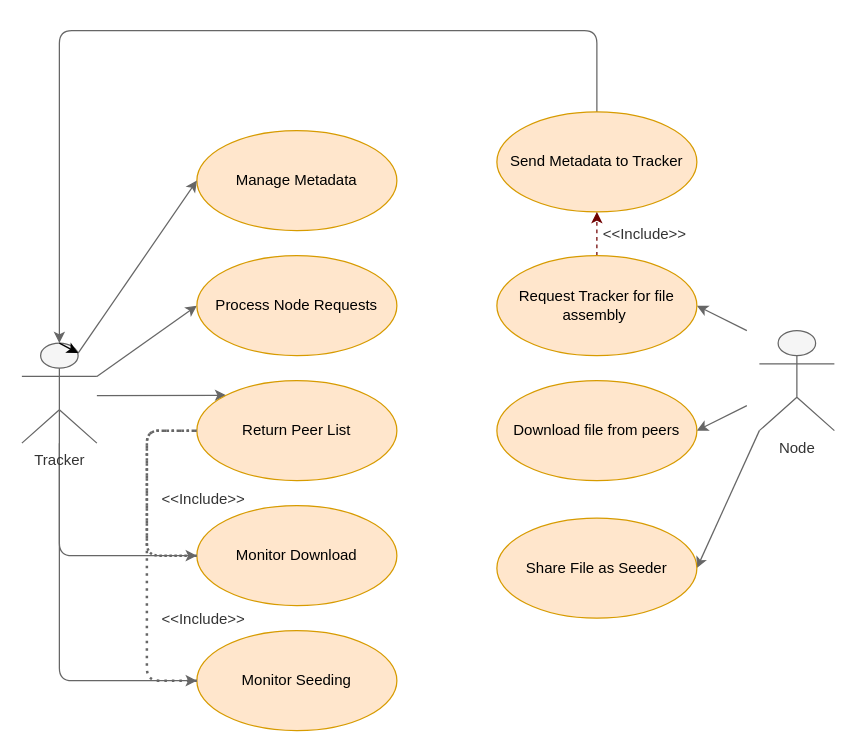
Earlier version of the draw.io diagram Diagram/usecase.drawio (diepvuminh123/Computer-network). Source tidied: cells renumbered, new cells numbered last; positions are measured from the earlier drawing's top-left corner, leaving out a move shared by most shapes. Both pictures are drawn from the tidied source at 125%, with x=0, y=0 at pixel (21, 30).
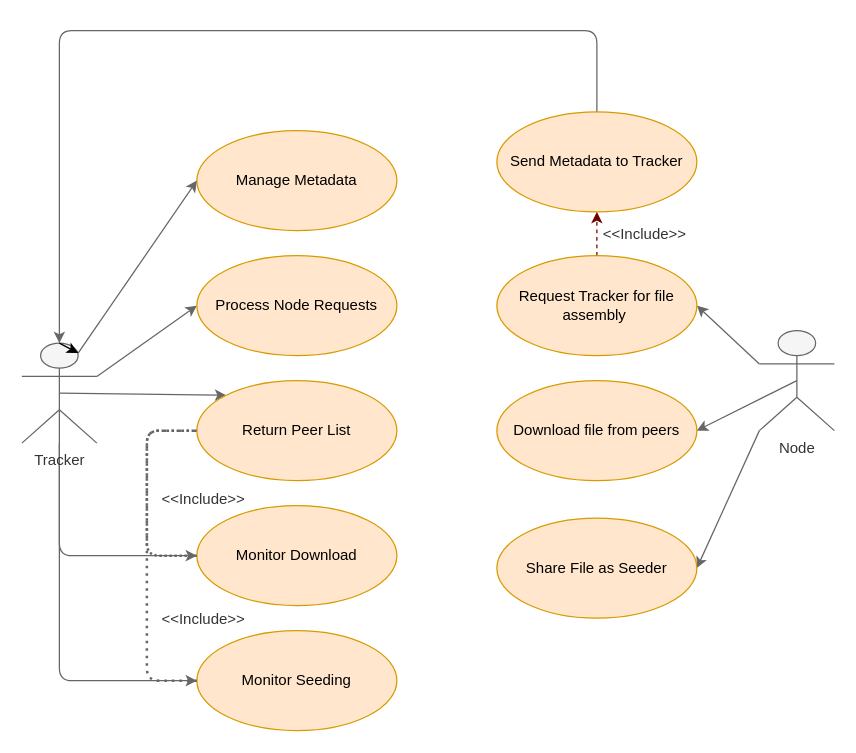
The same diagram, later.

The change refers to these unchanged cells:
```xml
<mxCell id="6" value="Tracker" style="shape=umlActor;verticalLabelPosition=bottom;verticalAlign=top;html=1;outlineConnect=0;fillColor=#f5f5f5;fontColor=#333333;strokeColor=#666666;" parent="1" vertex="1">
  <mxGeometry y="250" width="60" height="80" as="geometry" />
</mxCell>
<mxCell id="10" value="Node" style="shape=umlActor;verticalLabelPosition=bottom;verticalAlign=top;html=1;outlineConnect=0;fillColor=#f5f5f5;fontColor=#333333;strokeColor=#666666;" parent="1" vertex="1">
  <mxGeometry x="590" y="240" width="60" height="80" as="geometry" />
</mxCell>
<mxCell id="13" value="Return Peer List" style="ellipse;whiteSpace=wrap;html=1;fillColor=#ffe6cc;strokeColor=#d79b00;fontColor=#000000;" parent="1" vertex="1">
  <mxGeometry x="140" y="280" width="160" height="80" as="geometry" />
</mxCell>
<mxCell id="19" value="Download file from peers" style="ellipse;whiteSpace=wrap;html=1;fillColor=#ffe6cc;strokeColor=#d79b00;fontColor=#000000;" parent="1" vertex="1">
  <mxGeometry x="380" y="280" width="160" height="80" as="geometry" />
</mxCell>
<mxCell id="21" value="Request Tracker for file assembly&amp;nbsp;" style="ellipse;whiteSpace=wrap;html=1;fillColor=#ffe6cc;strokeColor=#d79b00;fontColor=#000000;" parent="1" vertex="1">
  <mxGeometry x="380" y="180" width="160" height="80" as="geometry" />
</mxCell>
```

Change to the diagram source:
```diff
@@
-    <mxCell id="3" style="edgeStyle=none;html=1;entryX=0;entryY=0;entryDx=0;entryDy=0;fillColor=#f5f5f5;strokeColor=#666666;" parent="1" edge="1" target="13">
-      <mxGeometry relative="1" as="geometry">
-        <mxPoint x="60" y="292" as="sourcePoint" />
-      </mxGeometry>
+    <mxCell id="3" style="edgeStyle=none;html=1;entryX=0;entryY=0;entryDx=0;entryDy=0;fillColor=#f5f5f5;strokeColor=#666666;exitX=0.5;exitY=0.5;exitDx=0;exitDy=0;exitPerimeter=0;" parent="1" edge="1" source="6" target="13">
+      <mxGeometry relative="1" as="geometry" />
     </mxCell>
@@
-    <mxCell id="7" style="edgeStyle=none;html=1;entryX=1;entryY=0.5;entryDx=0;entryDy=0;fillColor=#f5f5f5;strokeColor=#666666;" parent="1" edge="1" target="19">
-      <mxGeometry relative="1" as="geometry">
-        <mxPoint x="580" y="300" as="sourcePoint" />
-      </mxGeometry>
+    <mxCell id="7" style="edgeStyle=none;html=1;entryX=1;entryY=0.5;entryDx=0;entryDy=0;fillColor=#f5f5f5;strokeColor=#666666;exitX=0.5;exitY=0.5;exitDx=0;exitDy=0;exitPerimeter=0;" parent="1" edge="1" source="10" target="19">
+      <mxGeometry relative="1" as="geometry" />
     </mxCell>
-    <mxCell id="8" style="edgeStyle=none;html=1;entryX=1;entryY=0.5;entryDx=0;entryDy=0;fillColor=#f5f5f5;strokeColor=#666666;" parent="1" edge="1" target="21">
-      <mxGeometry relative="1" as="geometry">
-        <mxPoint x="580" y="240" as="sourcePoint" />
-      </mxGeometry>
+    <mxCell id="8" style="edgeStyle=none;html=1;entryX=1;entryY=0.5;entryDx=0;entryDy=0;fillColor=#f5f5f5;strokeColor=#666666;exitX=0;exitY=0.3333333333333333;exitDx=0;exitDy=0;exitPerimeter=0;" parent="1" edge="1" source="10" target="21">
+      <mxGeometry relative="1" as="geometry" />
     </mxCell>
```
